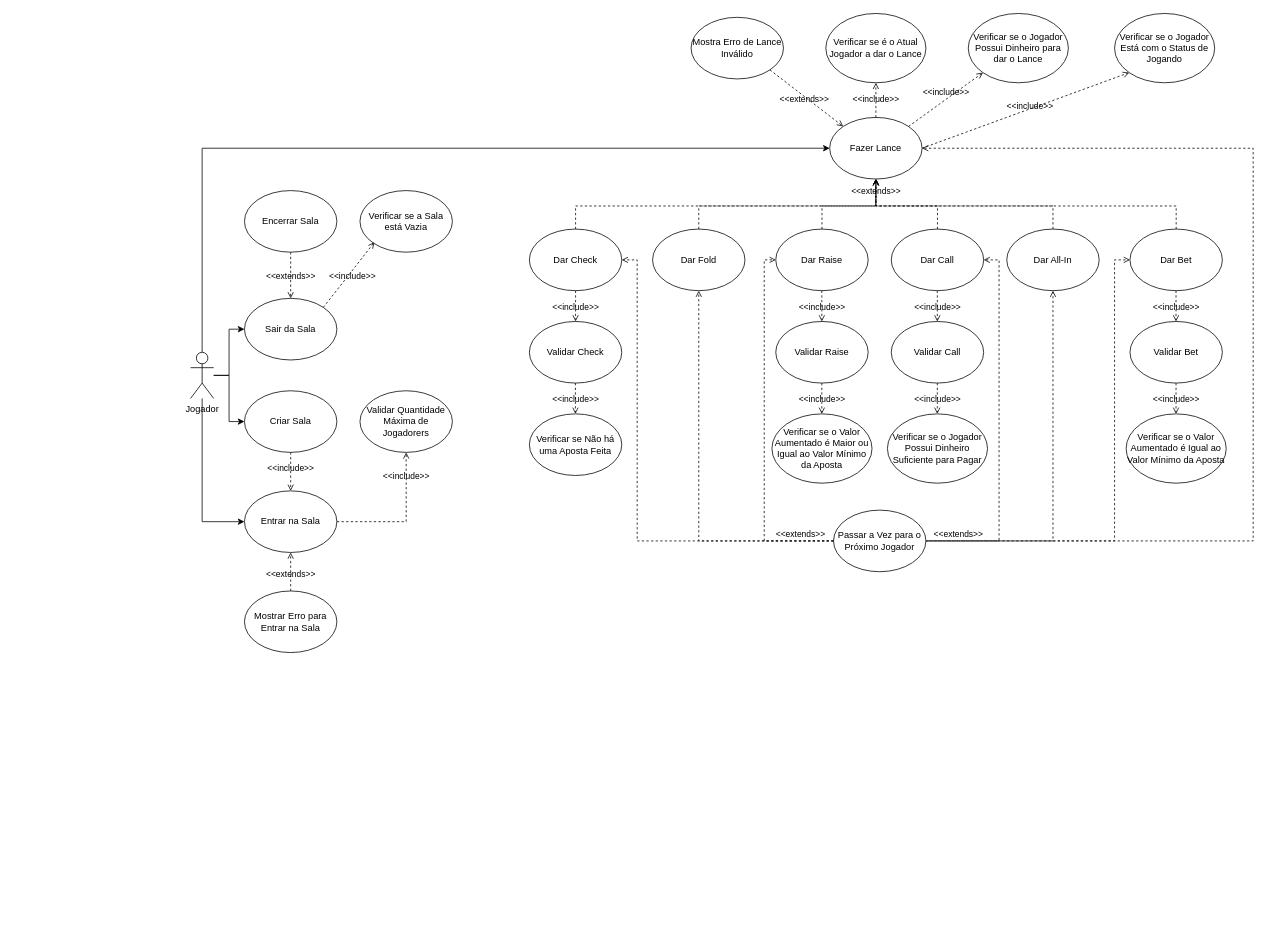
This is docs/diagrams/Untitled Diagram.drawio from Danrley-Ruan-Saquetti/poker, a draw.io file, before an edit. Source tidied: cells renumbered, new cells numbered last; positions are measured from the earlier drawing's top-left corner, leaving out a move shared by most shapes. Both pictures are drawn from the tidied source at 77%, with x=0, y=0 at pixel (190, 13).
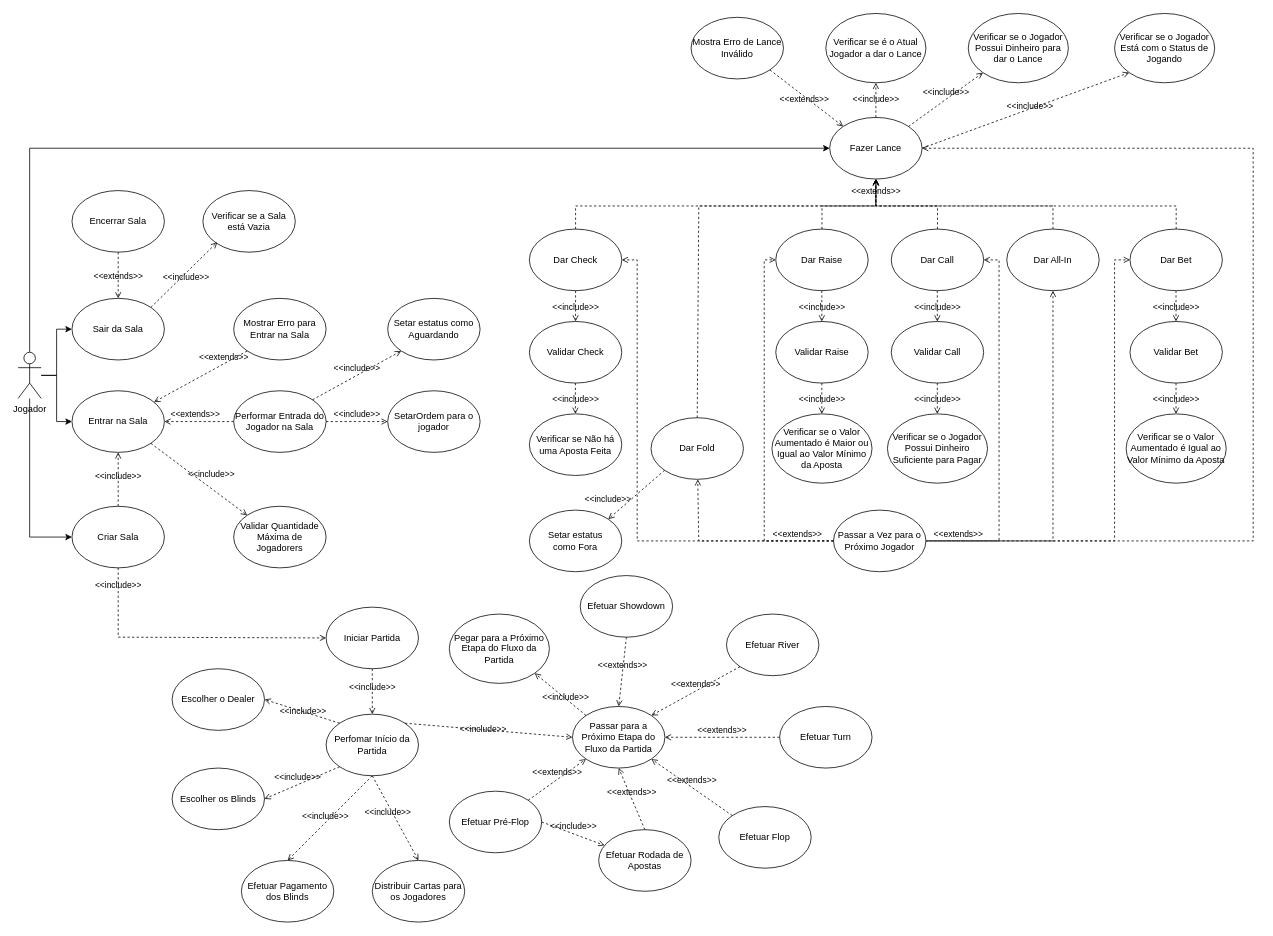
After the change.

Unchanged cells that the change refers to:
```xml
<mxCell id="11" value="Fazer Lance" style="ellipse;whiteSpace=wrap;html=1;" parent="1" vertex="1">
  <mxGeometry x="830" y="135" width="120" height="80" as="geometry" />
</mxCell>
<mxCell id="34" value="Passar a Vez para o Próximo Jogador" style="ellipse;whiteSpace=wrap;html=1;" parent="1" vertex="1">
  <mxGeometry x="835" y="645" width="120" height="80" as="geometry" />
</mxCell>
```

Change to the diagram source:
```diff
@@
-    <mxCell id="3" style="edgeStyle=orthogonalEdgeStyle;rounded=0;jettySize=auto;html=1;" parent="1" edge="1" source="7" target="10">
-      <mxGeometry relative="1" as="geometry" />
-    </mxCell>
@@
     <mxCell id="5" style="edgeStyle=orthogonalEdgeStyle;rounded=0;jettySize=auto;html=1;entryX=0;entryY=0.5;entryDx=0;entryDy=0;" parent="1" edge="1" source="7" target="8">
       <mxGeometry relative="1" as="geometry">
         <Array as="points">
-          <mxPoint x="15" y="660" />
+          <mxPoint x="-174" y="470" />
+          <mxPoint x="-174" y="530" />
         </Array>
       </mxGeometry>
     </mxCell>
     <mxCell id="6" style="edgeStyle=orthogonalEdgeStyle;rounded=0;jettySize=auto;html=1;entryX=0;entryY=0.5;entryDx=0;entryDy=0;" parent="1" edge="1" source="7" target="11">
       <mxGeometry relative="1" as="geometry">
         <Array as="points">
-          <mxPoint x="15" y="175" />
+          <mxPoint x="-209" y="175" />
         </Array>
       </mxGeometry>
     </mxCell>
+    <mxCell id="3" style="edgeStyle=orthogonalEdgeStyle;rounded=0;jettySize=auto;html=1;entryX=0;entryY=0.5;entryDx=0;entryDy=0;" parent="1" edge="1" source="7" target="10">
+      <mxGeometry relative="1" as="geometry">
+        <Array as="points">
+          <mxPoint x="-209" y="680" />
+        </Array>
+      </mxGeometry>
+    </mxCell>
     <mxCell id="7" value="Jogador&lt;br&gt;" style="shape=umlActor;verticalLabelPosition=bottom;verticalAlign=top;html=1;outlineConnect=0;" parent="1" vertex="1">
-      <mxGeometry y="440" width="30" height="60" as="geometry" />
+      <mxGeometry x="-224" y="440" width="30" height="60" as="geometry" />
     </mxCell>
     <mxCell id="8" value="Entrar na Sala" style="ellipse;whiteSpace=wrap;html=1;" parent="1" vertex="1">
-      <mxGeometry x="70" y="620" width="120" height="80" as="geometry" />
+      <mxGeometry x="-154" y="490" width="120" height="80" as="geometry" />
     </mxCell>
     <mxCell id="9" value="Sair da Sala" style="ellipse;whiteSpace=wrap;html=1;" parent="1" vertex="1">
-      <mxGeometry x="70" y="370" width="120" height="80" as="geometry" />
+      <mxGeometry x="-154" y="370" width="120" height="80" as="geometry" />
     </mxCell>
     <mxCell id="10" value="Criar Sala" style="ellipse;whiteSpace=wrap;html=1;" parent="1" vertex="1">
-      <mxGeometry x="70" y="490" width="120" height="80" as="geometry" />
+      <mxGeometry x="-154" y="640" width="120" height="80" as="geometry" />
     </mxCell>
@@
     <mxCell id="12" value="Encerrar Sala" style="ellipse;whiteSpace=wrap;html=1;" parent="1" vertex="1">
-      <mxGeometry x="70" y="230" width="120" height="80" as="geometry" />
+      <mxGeometry x="-154" y="230" width="120" height="80" as="geometry" />
     </mxCell>
     <mxCell id="13" value="Verificar se a Sala está Vazia" style="ellipse;whiteSpace=wrap;html=1;" parent="1" vertex="1">
-      <mxGeometry x="220" y="230" width="120" height="80" as="geometry" />
+      <mxGeometry x="16" y="230" width="120" height="80" as="geometry" />
     </mxCell>
     <mxCell id="14" value="Validar Quantidade Máxima de Jogadorers" style="ellipse;whiteSpace=wrap;html=1;" parent="1" vertex="1">
-      <mxGeometry x="220" y="490" width="120" height="80" as="geometry" />
+      <mxGeometry x="56" y="640" width="120" height="80" as="geometry" />
     </mxCell>
     <mxCell id="15" value="Mostrar Erro para Entrar na Sala" style="ellipse;whiteSpace=wrap;html=1;" parent="1" vertex="1">
-      <mxGeometry x="70" y="750" width="120" height="80" as="geometry" />
+      <mxGeometry x="56" y="370" width="120" height="80" as="geometry" />
     </mxCell>
@@
     <mxCell id="21" value="Dar Fold" style="ellipse;whiteSpace=wrap;html=1;" parent="1" vertex="1">
-      <mxGeometry x="600" y="280" width="120" height="80" as="geometry" />
+      <mxGeometry x="598" y="525" width="120" height="80" as="geometry" />
     </mxCell>
@@
-    <mxCell id="36" value="&amp;lt;&amp;lt;extends&amp;gt;&amp;gt;" style="html=1;verticalAlign=bottom;labelBackgroundColor=none;endArrow=open;endFill=0;dashed=1;rounded=0;exitX=0.5;exitY=0;exitDx=0;exitDy=0;" parent="1" edge="1" source="15" target="8">
+    <mxCell id="36" value="&amp;lt;&amp;lt;extends&amp;gt;&amp;gt;" style="html=1;verticalAlign=bottom;labelBackgroundColor=none;endArrow=open;endFill=0;dashed=1;rounded=0;exitX=0;exitY=1;exitDx=0;exitDy=0;" parent="1" edge="1" source="15" target="8">
       <mxGeometry x="-0.5" relative="1" as="geometry" />
     </mxCell>
-    <mxCell id="37" value="&amp;lt;&amp;lt;include&amp;gt;&amp;gt;" style="html=1;verticalAlign=bottom;labelBackgroundColor=none;endArrow=open;endFill=0;dashed=1;rounded=0;exitX=0.5;exitY=1;exitDx=0;exitDy=0;" parent="1" edge="1" source="10" target="8">
-      <mxGeometry x="0.2" relative="1" as="geometry" />
+    <mxCell id="37" value="&amp;lt;&amp;lt;include&amp;gt;&amp;gt;" style="html=1;verticalAlign=bottom;labelBackgroundColor=none;endArrow=open;endFill=0;dashed=1;rounded=0;" parent="1" edge="1" target="8">
+      <mxGeometry x="-0.14" relative="1" as="geometry">
+        <mxPoint x="-94" y="640" as="sourcePoint" />
+      </mxGeometry>
     </mxCell>
-    <mxCell id="38" value="&amp;lt;&amp;lt;include&amp;gt;&amp;gt;" style="html=1;verticalAlign=bottom;labelBackgroundColor=none;endArrow=open;endFill=0;dashed=1;rounded=0;exitX=1;exitY=0.5;exitDx=0;exitDy=0;entryX=0.5;entryY=1;entryDx=0;entryDy=0;" parent="1" edge="1" source="8" target="14">
-      <mxGeometry x="0.56" relative="1" as="geometry">
-        <Array as="points">
-          <mxPoint x="280" y="660" />
-        </Array>
-      </mxGeometry>
+    <mxCell id="38" value="&amp;lt;&amp;lt;include&amp;gt;&amp;gt;" style="html=1;verticalAlign=bottom;labelBackgroundColor=none;endArrow=open;endFill=0;dashed=1;rounded=0;entryX=0;entryY=0;entryDx=0;entryDy=0;exitX=1;exitY=1;exitDx=0;exitDy=0;" parent="1" edge="1" source="8" target="14">
+      <mxGeometry x="0.19" y="7" relative="1" as="geometry" />
     </mxCell>
@@
     <mxCell id="58" value="&amp;lt;&amp;lt;extends&amp;gt;&amp;gt;" style="html=1;verticalAlign=bottom;labelBackgroundColor=none;endArrow=open;endFill=0;dashed=1;rounded=0;exitX=0;exitY=0.5;exitDx=0;exitDy=0;" parent="1" edge="1" source="34" target="21">
-      <mxGeometry x="-0.83" relative="1" as="geometry">
+      <mxGeometry x="-0.63" relative="1" as="geometry">
         <Array as="points">
           <mxPoint x="660" y="685" />
         </Array>
       </mxGeometry>
     </mxCell>
@@
+    <mxCell id="64" value="Setar estatus como Aguardando" style="ellipse;whiteSpace=wrap;html=1;" parent="1" vertex="1">
+      <mxGeometry x="256" y="370" width="120" height="80" as="geometry" />
+    </mxCell>
+    <mxCell id="65" value="&amp;lt;&amp;lt;extends&amp;gt;&amp;gt;" style="html=1;verticalAlign=bottom;labelBackgroundColor=none;endArrow=open;endFill=0;dashed=1;rounded=0;exitX=0;exitY=0.5;exitDx=0;exitDy=0;entryX=1;entryY=0.5;entryDx=0;entryDy=0;" parent="1" edge="1" source="67" target="8">
+      <mxGeometry x="0.11" relative="1" as="geometry" />
+    </mxCell>
+    <mxCell id="66" value="SetarOrdem para o jogador" style="ellipse;whiteSpace=wrap;html=1;" parent="1" vertex="1">
+      <mxGeometry x="256" y="490" width="120" height="80" as="geometry" />
+    </mxCell>
+    <mxCell id="67" value="Performar Entrada do Jogador na Sala" style="ellipse;whiteSpace=wrap;html=1;" parent="1" vertex="1">
+      <mxGeometry x="56" y="490" width="120" height="80" as="geometry" />
+    </mxCell>
+    <mxCell id="68" value="&amp;lt;&amp;lt;include&amp;gt;&amp;gt;" style="html=1;verticalAlign=bottom;labelBackgroundColor=none;endArrow=open;endFill=0;dashed=1;rounded=0;exitX=1;exitY=0;exitDx=0;exitDy=0;entryX=0;entryY=1;entryDx=0;entryDy=0;" parent="1" edge="1" source="67" target="64">
+      <mxGeometry relative="1" as="geometry" />
+    </mxCell>
+    <mxCell id="69" value="&amp;lt;&amp;lt;include&amp;gt;&amp;gt;" style="html=1;verticalAlign=bottom;labelBackgroundColor=none;endArrow=open;endFill=0;dashed=1;rounded=0;exitX=1;exitY=0.5;exitDx=0;exitDy=0;" parent="1" edge="1" source="67" target="66">
+      <mxGeometry relative="1" as="geometry" />
+    </mxCell>
+    <mxCell id="70" value="Setar estatus como&amp;nbsp;Fora" style="ellipse;whiteSpace=wrap;html=1;" parent="1" vertex="1">
+      <mxGeometry x="440" y="645" width="120" height="80" as="geometry" />
+    </mxCell>
+    <mxCell id="71" value="&amp;lt;&amp;lt;include&amp;gt;&amp;gt;" style="html=1;verticalAlign=bottom;labelBackgroundColor=none;endArrow=open;endFill=0;dashed=1;rounded=0;exitX=0;exitY=1;exitDx=0;exitDy=0;entryX=1;entryY=0;entryDx=0;entryDy=0;" parent="1" edge="1" source="21" target="70">
+      <mxGeometry x="0.77" y="-13" relative="1" as="geometry" />
+    </mxCell>
+    <mxCell id="72" value="Iniciar Partida" style="ellipse;whiteSpace=wrap;html=1;" parent="1" vertex="1">
+      <mxGeometry x="176" y="771" width="120" height="80" as="geometry" />
+    </mxCell>
+    <mxCell id="73" value="Escolher o Dealer" style="ellipse;whiteSpace=wrap;html=1;" parent="1" vertex="1">
+      <mxGeometry x="-24" y="851" width="120" height="80" as="geometry" />
+    </mxCell>
+    <mxCell id="74" value="Escolher os Blinds" style="ellipse;whiteSpace=wrap;html=1;" parent="1" vertex="1">
+      <mxGeometry x="-24" y="980" width="120" height="80" as="geometry" />
+    </mxCell>
+    <mxCell id="75" value="Perfomar Início da Partida" style="ellipse;whiteSpace=wrap;html=1;" parent="1" vertex="1">
+      <mxGeometry x="176" y="910" width="120" height="80" as="geometry" />
+    </mxCell>
+    <mxCell id="76" value="Efetuar Pagamento dos&amp;nbsp;Blinds" style="ellipse;whiteSpace=wrap;html=1;" parent="1" vertex="1">
+      <mxGeometry x="66" y="1100" width="120" height="80" as="geometry" />
+    </mxCell>
+    <mxCell id="77" value="Distribuir Cartas para os Jogadores" style="ellipse;whiteSpace=wrap;html=1;" parent="1" vertex="1">
+      <mxGeometry x="236" y="1100" width="120" height="80" as="geometry" />
+    </mxCell>
+    <mxCell id="78" value="Efetuar Pré-Flop" style="ellipse;whiteSpace=wrap;html=1;" parent="1" vertex="1">
+      <mxGeometry x="336" y="1010" width="120" height="80" as="geometry" />
+    </mxCell>
+    <mxCell id="79" value="Efetuar Flop" style="ellipse;whiteSpace=wrap;html=1;" parent="1" vertex="1">
+      <mxGeometry x="686" y="1030" width="120" height="80" as="geometry" />
+    </mxCell>
+    <mxCell id="80" value="Efetuar Rodada de Apostas" style="ellipse;whiteSpace=wrap;html=1;" parent="1" vertex="1">
+      <mxGeometry x="530" y="1060" width="120" height="80" as="geometry" />
+    </mxCell>
+    <mxCell id="81" value="Efetuar Turn" style="ellipse;whiteSpace=wrap;html=1;" parent="1" vertex="1">
+      <mxGeometry x="765" y="900" width="120" height="80" as="geometry" />
+    </mxCell>
+    <mxCell id="82" value="Efetuar River" style="ellipse;whiteSpace=wrap;html=1;" parent="1" vertex="1">
+      <mxGeometry x="696" y="780" width="120" height="80" as="geometry" />
+    </mxCell>
+    <mxCell id="83" value="Efetuar Showdown" style="ellipse;whiteSpace=wrap;html=1;" parent="1" vertex="1">
+      <mxGeometry x="506" y="730" width="120" height="80" as="geometry" />
+    </mxCell>
+    <mxCell id="84" value="&amp;lt;&amp;lt;include&amp;gt;&amp;gt;" style="html=1;verticalAlign=bottom;labelBackgroundColor=none;endArrow=open;endFill=0;dashed=1;rounded=0;exitX=0.5;exitY=1;exitDx=0;exitDy=0;entryX=0;entryY=0.5;entryDx=0;entryDy=0;" parent="1" edge="1" source="10" target="72">
+      <mxGeometry x="-0.83" relative="1" as="geometry">
+        <Array as="points">
+          <mxPoint x="-94" y="810" />
+        </Array>
+      </mxGeometry>
+    </mxCell>
+    <mxCell id="85" value="&amp;lt;&amp;lt;include&amp;gt;&amp;gt;" style="html=1;verticalAlign=bottom;labelBackgroundColor=none;endArrow=open;endFill=0;dashed=1;rounded=0;exitX=0.5;exitY=1;exitDx=0;exitDy=0;" parent="1" edge="1" source="72" target="75">
+      <mxGeometry x="0.11" relative="1" as="geometry" />
+    </mxCell>
+    <mxCell id="86" value="&amp;lt;&amp;lt;include&amp;gt;&amp;gt;" style="html=1;verticalAlign=bottom;labelBackgroundColor=none;endArrow=open;endFill=0;dashed=1;rounded=0;exitX=0;exitY=0;exitDx=0;exitDy=0;entryX=1;entryY=0.5;entryDx=0;entryDy=0;" parent="1" edge="1" source="75" target="73">
+      <mxGeometry x="-0.09" y="8" relative="1" as="geometry" />
+    </mxCell>
+    <mxCell id="87" value="&amp;lt;&amp;lt;include&amp;gt;&amp;gt;" style="html=1;verticalAlign=bottom;labelBackgroundColor=none;endArrow=open;endFill=0;dashed=1;rounded=0;exitX=0;exitY=1;exitDx=0;exitDy=0;entryX=1;entryY=0.5;entryDx=0;entryDy=0;" parent="1" edge="1" source="75" target="74">
+      <mxGeometry x="0.11" relative="1" as="geometry" />
+    </mxCell>
+    <mxCell id="88" value="&amp;lt;&amp;lt;include&amp;gt;&amp;gt;" style="html=1;verticalAlign=bottom;labelBackgroundColor=none;endArrow=open;endFill=0;dashed=1;rounded=0;entryX=0.5;entryY=0;entryDx=0;entryDy=0;exitX=0.5;exitY=1;exitDx=0;exitDy=0;" parent="1" edge="1" source="75" target="76">
+      <mxGeometry x="0.11" relative="1" as="geometry" />
+    </mxCell>
+    <mxCell id="89" value="&amp;lt;&amp;lt;include&amp;gt;&amp;gt;" style="html=1;verticalAlign=bottom;labelBackgroundColor=none;endArrow=open;endFill=0;dashed=1;rounded=0;exitX=0.5;exitY=1;exitDx=0;exitDy=0;entryX=0.5;entryY=0;entryDx=0;entryDy=0;" parent="1" edge="1" source="75" target="77">
+      <mxGeometry x="-0.06" y="-9" relative="1" as="geometry" />
+    </mxCell>
+    <mxCell id="90" value="Passar para a Próximo Etapa do Fluxo da Partida" style="ellipse;whiteSpace=wrap;html=1;" parent="1" vertex="1">
+      <mxGeometry x="496" y="900" width="120" height="80" as="geometry" />
+    </mxCell>
+    <mxCell id="91" value="Pegar para a Próximo Etapa do Fluxo da Partida" style="ellipse;whiteSpace=wrap;html=1;" parent="1" vertex="1">
+      <mxGeometry x="336" y="780" width="130" height="90" as="geometry" />
+    </mxCell>
+    <mxCell id="92" value="&amp;lt;&amp;lt;include&amp;gt;&amp;gt;" style="html=1;verticalAlign=bottom;labelBackgroundColor=none;endArrow=open;endFill=0;dashed=1;rounded=0;exitX=1;exitY=0;exitDx=0;exitDy=0;entryX=0;entryY=0.5;entryDx=0;entryDy=0;" parent="1" edge="1" source="75" target="90">
+      <mxGeometry x="-0.06" y="-9" relative="1" as="geometry" />
+    </mxCell>
+    <mxCell id="93" value="&amp;lt;&amp;lt;include&amp;gt;&amp;gt;" style="html=1;verticalAlign=bottom;labelBackgroundColor=none;endArrow=open;endFill=0;dashed=1;rounded=0;exitX=0;exitY=0;exitDx=0;exitDy=0;entryX=1;entryY=1;entryDx=0;entryDy=0;" parent="1" edge="1" source="90" target="91">
+      <mxGeometry x="-0.3" y="6" relative="1" as="geometry" />
+    </mxCell>
+    <mxCell id="94" value="&amp;lt;&amp;lt;extends&amp;gt;&amp;gt;" style="html=1;verticalAlign=bottom;labelBackgroundColor=none;endArrow=open;endFill=0;dashed=1;rounded=0;exitX=1;exitY=0;exitDx=0;exitDy=0;entryX=0;entryY=1;entryDx=0;entryDy=0;" parent="1" edge="1" source="78" target="90">
+      <mxGeometry relative="1" as="geometry" />
+    </mxCell>
+    <mxCell id="95" value="&amp;lt;&amp;lt;extends&amp;gt;&amp;gt;" style="html=1;verticalAlign=bottom;labelBackgroundColor=none;endArrow=open;endFill=0;dashed=1;rounded=0;exitX=0.5;exitY=0;exitDx=0;exitDy=0;entryX=0.5;entryY=1;entryDx=0;entryDy=0;" parent="1" edge="1" source="80" target="90">
+      <mxGeometry relative="1" as="geometry" />
+    </mxCell>
+    <mxCell id="96" value="&amp;lt;&amp;lt;include&amp;gt;&amp;gt;" style="html=1;verticalAlign=bottom;labelBackgroundColor=none;endArrow=open;endFill=0;dashed=1;rounded=0;exitX=1;exitY=0.5;exitDx=0;exitDy=0;" parent="1" edge="1" source="78" target="80">
+      <mxGeometry relative="1" as="geometry" />
+    </mxCell>
+    <mxCell id="97" value="&amp;lt;&amp;lt;extends&amp;gt;&amp;gt;" style="html=1;verticalAlign=bottom;labelBackgroundColor=none;endArrow=open;endFill=0;dashed=1;rounded=0;exitX=0;exitY=0;exitDx=0;exitDy=0;entryX=1;entryY=1;entryDx=0;entryDy=0;" parent="1" edge="1" source="79" target="90">
+      <mxGeometry relative="1" as="geometry" />
+    </mxCell>
+    <mxCell id="98" value="&amp;lt;&amp;lt;extends&amp;gt;&amp;gt;" style="html=1;verticalAlign=bottom;labelBackgroundColor=none;endArrow=open;endFill=0;dashed=1;rounded=0;entryX=1;entryY=0.5;entryDx=0;entryDy=0;" parent="1" edge="1" source="81" target="90">
+      <mxGeometry relative="1" as="geometry" />
+    </mxCell>
+    <mxCell id="99" value="&amp;lt;&amp;lt;extends&amp;gt;&amp;gt;" style="html=1;verticalAlign=bottom;labelBackgroundColor=none;endArrow=open;endFill=0;dashed=1;rounded=0;entryX=1;entryY=0;entryDx=0;entryDy=0;exitX=0;exitY=1;exitDx=0;exitDy=0;" parent="1" edge="1" source="82" target="90">
+      <mxGeometry relative="1" as="geometry" />
+    </mxCell>
+    <mxCell id="100" value="&amp;lt;&amp;lt;extends&amp;gt;&amp;gt;" style="html=1;verticalAlign=bottom;labelBackgroundColor=none;endArrow=open;endFill=0;dashed=1;rounded=0;entryX=0.5;entryY=0;entryDx=0;entryDy=0;exitX=0.5;exitY=1;exitDx=0;exitDy=0;" parent="1" edge="1" source="83" target="90">
+      <mxGeometry relative="1" as="geometry" />
+    </mxCell>
```
